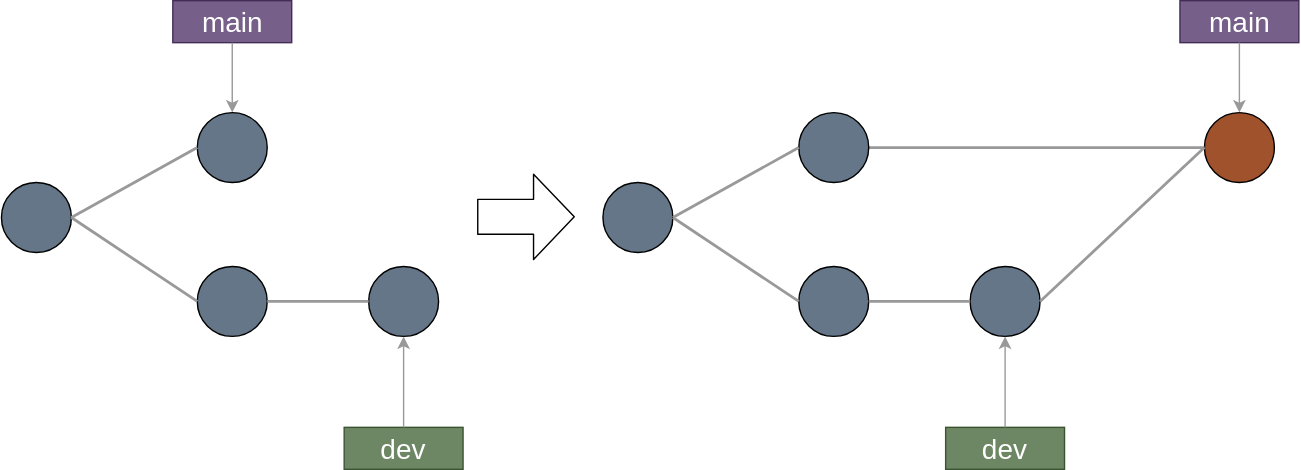
kazuyanagimoto/github-workshop keeps this draw.io diagram as slidev/drawio/git_merge.svg. Above is the earlier version. Source tidied: cells renumbered, new cells last; positions are measured from the earlier drawing's top-left corner, leaving out a move shared by most shapes.
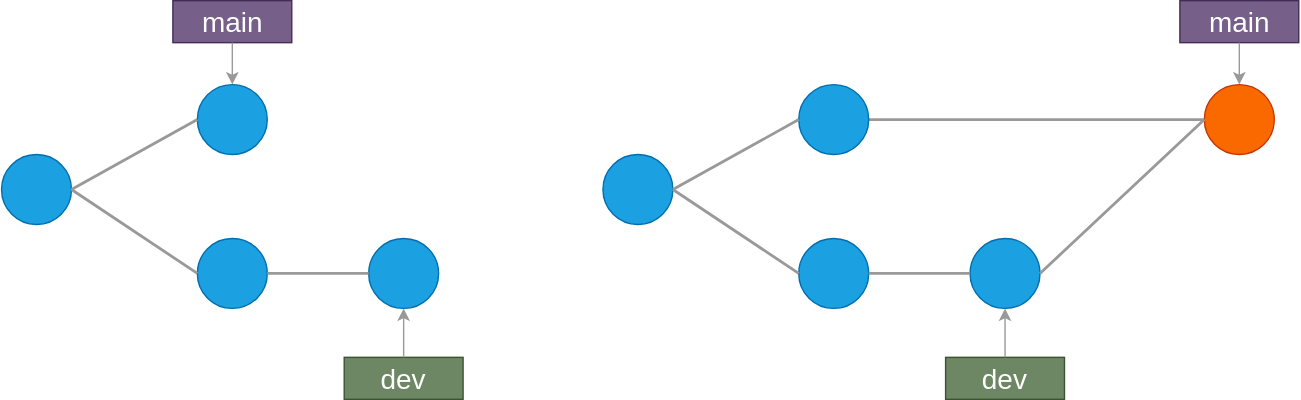
After the change.

Change to the diagram source:
```diff
@@ -2,16 +2,16 @@
   <root>
     <mxCell id="0" />
     <mxCell id="1" parent="0" />
-    <mxCell id="2" style="ellipse;whiteSpace=wrap;html=1;fillColor=#647687;fontColor=#ffffff;strokeColor=#000000;" parent="1" vertex="1">
+    <mxCell id="2" style="ellipse;whiteSpace=wrap;html=1;fillColor=#1ba1e2;fontColor=#ffffff;strokeColor=#006EAF;" parent="1" vertex="1">
       <mxGeometry y="130" width="50" height="50" as="geometry" />
     </mxCell>
-    <mxCell id="3" style="ellipse;whiteSpace=wrap;html=1;fillColor=#647687;fontColor=#ffffff;strokeColor=#000000;" parent="1" vertex="1">
+    <mxCell id="3" style="ellipse;whiteSpace=wrap;html=1;fillColor=#1ba1e2;fontColor=#ffffff;strokeColor=#006EAF;" parent="1" vertex="1">
       <mxGeometry x="140" y="190" width="50" height="50" as="geometry" />
     </mxCell>
-    <mxCell id="4" style="ellipse;whiteSpace=wrap;html=1;fillColor=#647687;fontColor=#ffffff;strokeColor=#000000;" parent="1" vertex="1">
+    <mxCell id="4" style="ellipse;whiteSpace=wrap;html=1;fillColor=#1ba1e2;fontColor=#ffffff;strokeColor=#006EAF;" parent="1" vertex="1">
       <mxGeometry x="262.5" y="190" width="50" height="50" as="geometry" />
     </mxCell>
-    <mxCell id="5" style="ellipse;whiteSpace=wrap;html=1;fontColor=#ffffff;strokeColor=#000000;fillColor=#A0522D;" parent="1" vertex="1">
+    <mxCell id="5" style="ellipse;whiteSpace=wrap;html=1;fontColor=#000000;strokeColor=#C73500;fillColor=#fa6800;" parent="1" vertex="1">
       <mxGeometry x="860" y="80" width="50" height="50" as="geometry" />
     </mxCell>
     <mxCell id="6" style="endArrow=none;html=1;exitX=1;exitY=0.5;exitDx=0;exitDy=0;entryX=0;entryY=0.5;entryDx=0;entryDy=0;strokeColor=#999999;strokeWidth=2;" parent="1" edge="1" source="2" target="3">
@@ -24,30 +24,30 @@
       <mxGeometry relative="1" as="geometry" />
     </mxCell>
     <mxCell id="9" value="main" style="rounded=1;whiteSpace=wrap;html=1;fillColor=#76608a;strokeColor=#432D57;fontColor=#ffffff;fontSize=20;arcSize=0;" parent="1" vertex="1">
-      <mxGeometry x="122.5" width="85" height="30" as="geometry" />
+      <mxGeometry x="122.5" y="20" width="85" height="30" as="geometry" />
     </mxCell>
     <mxCell id="10" style="endArrow=classic;html=1;fontSize=20;exitX=0.5;exitY=1;exitDx=0;exitDy=0;entryX=0.5;entryY=0;entryDx=0;entryDy=0;strokeColor=#999999;" parent="1" edge="1" source="9" target="13">
       <mxGeometry relative="1" as="geometry" />
     </mxCell>
     <mxCell id="11" value="dev" style="rounded=1;whiteSpace=wrap;html=1;fillColor=#6d8764;strokeColor=#3A5431;fontColor=#ffffff;fontSize=20;arcSize=0;" parent="1" vertex="1">
-      <mxGeometry x="245" y="305" width="85" height="30" as="geometry" />
+      <mxGeometry x="245" y="275" width="85" height="30" as="geometry" />
     </mxCell>
     <mxCell id="12" style="endArrow=classic;html=1;fontSize=20;exitX=0.5;exitY=0;exitDx=0;exitDy=0;strokeColor=#999999;entryX=0.5;entryY=1;entryDx=0;entryDy=0;" parent="1" edge="1" source="11" target="4">
       <mxGeometry relative="1" as="geometry" />
     </mxCell>
-    <mxCell id="13" style="ellipse;whiteSpace=wrap;html=1;fillColor=#647687;fontColor=#ffffff;strokeColor=#000000;" parent="1" vertex="1">
+    <mxCell id="13" style="ellipse;whiteSpace=wrap;html=1;fillColor=#1ba1e2;fontColor=#ffffff;strokeColor=#006EAF;" parent="1" vertex="1">
       <mxGeometry x="140" y="80" width="50" height="50" as="geometry" />
     </mxCell>
     <mxCell id="14" style="endArrow=none;html=1;exitX=0;exitY=0.5;exitDx=0;exitDy=0;entryX=1;entryY=0.5;entryDx=0;entryDy=0;strokeColor=#999999;strokeWidth=2;" parent="1" edge="1" source="13" target="2">
       <mxGeometry relative="1" as="geometry" />
     </mxCell>
-    <mxCell id="15" style="ellipse;whiteSpace=wrap;html=1;fillColor=#647687;fontColor=#ffffff;strokeColor=#000000;" parent="1" vertex="1">
+    <mxCell id="15" style="ellipse;whiteSpace=wrap;html=1;fillColor=#1ba1e2;fontColor=#ffffff;strokeColor=#006EAF;" parent="1" vertex="1">
       <mxGeometry x="430" y="130" width="50" height="50" as="geometry" />
     </mxCell>
-    <mxCell id="16" style="ellipse;whiteSpace=wrap;html=1;fillColor=#647687;fontColor=#ffffff;strokeColor=#000000;" parent="1" vertex="1">
+    <mxCell id="16" style="ellipse;whiteSpace=wrap;html=1;fillColor=#1ba1e2;fontColor=#ffffff;strokeColor=#006EAF;" parent="1" vertex="1">
       <mxGeometry x="570" y="190" width="50" height="50" as="geometry" />
     </mxCell>
-    <mxCell id="17" style="ellipse;whiteSpace=wrap;html=1;fillColor=#647687;fontColor=#ffffff;strokeColor=#000000;" parent="1" vertex="1">
+    <mxCell id="17" style="ellipse;whiteSpace=wrap;html=1;fillColor=#1ba1e2;fontColor=#ffffff;strokeColor=#006EAF;" parent="1" vertex="1">
       <mxGeometry x="692.5" y="190" width="50" height="50" as="geometry" />
     </mxCell>
     <mxCell id="18" style="endArrow=none;html=1;exitX=1;exitY=0.5;exitDx=0;exitDy=0;entryX=0;entryY=0.5;entryDx=0;entryDy=0;strokeColor=#999999;strokeWidth=2;" parent="1" edge="1" source="15" target="16">
@@ -57,18 +57,18 @@
       <mxGeometry relative="1" as="geometry" />
     </mxCell>
     <mxCell id="20" value="main" style="rounded=1;whiteSpace=wrap;html=1;fillColor=#76608a;strokeColor=#432D57;fontColor=#ffffff;fontSize=20;arcSize=0;" parent="1" vertex="1">
-      <mxGeometry x="842.5" width="85" height="30" as="geometry" />
+      <mxGeometry x="842.5" y="20" width="85" height="30" as="geometry" />
     </mxCell>
     <mxCell id="21" style="endArrow=classic;html=1;fontSize=20;exitX=0.5;exitY=1;exitDx=0;exitDy=0;entryX=0.5;entryY=0;entryDx=0;entryDy=0;strokeColor=#999999;" parent="1" edge="1" source="20" target="5">
       <mxGeometry relative="1" as="geometry" />
     </mxCell>
     <mxCell id="22" value="dev" style="rounded=1;whiteSpace=wrap;html=1;fillColor=#6d8764;strokeColor=#3A5431;fontColor=#ffffff;fontSize=20;arcSize=0;" parent="1" vertex="1">
-      <mxGeometry x="675" y="305" width="85" height="30" as="geometry" />
+      <mxGeometry x="675" y="275" width="85" height="30" as="geometry" />
     </mxCell>
     <mxCell id="23" style="endArrow=classic;html=1;fontSize=20;exitX=0.5;exitY=0;exitDx=0;exitDy=0;strokeColor=#999999;entryX=0.5;entryY=1;entryDx=0;entryDy=0;" parent="1" edge="1" source="22" target="17">
       <mxGeometry relative="1" as="geometry" />
     </mxCell>
-    <mxCell id="24" style="ellipse;whiteSpace=wrap;html=1;fillColor=#647687;fontColor=#ffffff;strokeColor=#000000;" parent="1" vertex="1">
+    <mxCell id="24" style="ellipse;whiteSpace=wrap;html=1;fillColor=#1ba1e2;fontColor=#ffffff;strokeColor=#006EAF;" parent="1" vertex="1">
       <mxGeometry x="570" y="80" width="50" height="50" as="geometry" />
     </mxCell>
     <mxCell id="25" style="endArrow=none;html=1;exitX=0;exitY=0.5;exitDx=0;exitDy=0;entryX=1;entryY=0.5;entryDx=0;entryDy=0;strokeColor=#999999;strokeWidth=2;" parent="1" edge="1" source="24" target="15">
@@ -77,7 +77,7 @@
     <mxCell id="26" style="endArrow=none;html=1;exitX=1;exitY=0.5;exitDx=0;exitDy=0;strokeWidth=2;entryX=0;entryY=0.5;entryDx=0;entryDy=0;strokeColor=#999999;" parent="1" edge="1" source="17" target="5">
       <mxGeometry relative="1" as="geometry" />
     </mxCell>
-    <mxCell id="27" style="shape=flexArrow;endArrow=classic;html=1;endWidth=35;endSize=9.37;width=25;" parent="1" edge="1">
+    <mxCell id="27" style="shape=flexArrow;endArrow=classic;html=1;endWidth=35;endSize=9.37;width=25;strokeWidth=2;strokeColor=#FFFFFF;" parent="1" edge="1">
       <mxGeometry relative="1" as="geometry">
         <mxPoint x="340" y="154.5" as="sourcePoint" />
         <mxPoint x="410" y="154.5" as="targetPoint" />
```
